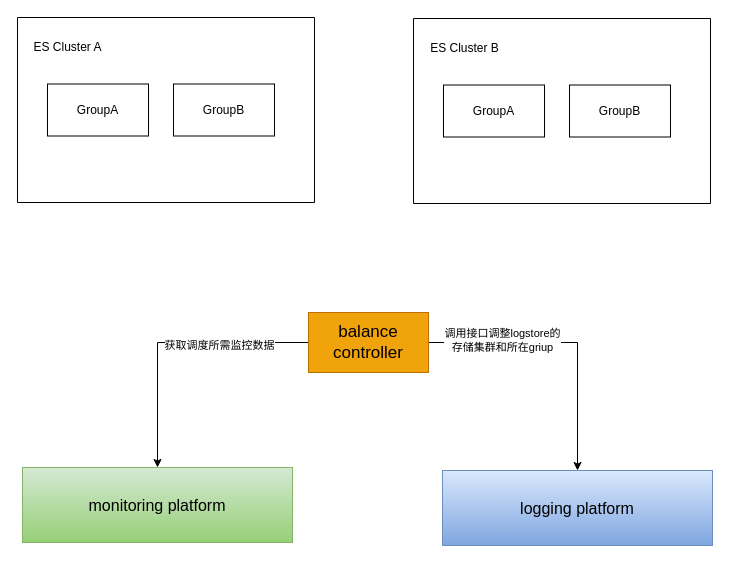
The draw.io diagram page "第 2 页" (2 of 7) of promotion.drawio in WebbingXu/draw, before the edit. Source tidied: cells renumbered, new cells numbered last; positions are measured from the earlier drawing's top-left corner, leaving out a move shared by most shapes. Both pictures are drawn from the tidied source at 100%, with x=0, y=0 at pixel (17, 17).
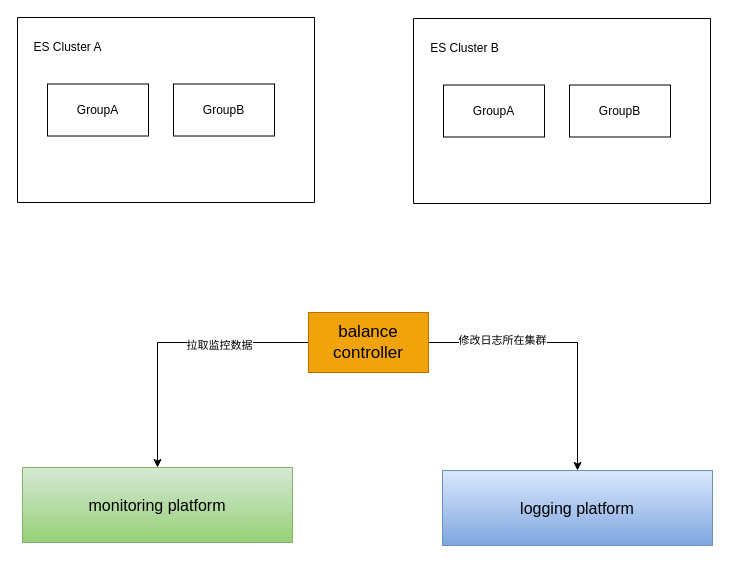
The same diagram, later.

Diff of the diagram source:
```diff
@@
 <mxGraphModel>
   <root>
     <mxCell id="0" />
     <mxCell id="1" parent="0" />
     <mxCell id="2" style="swimlane;startSize=0;" parent="1" vertex="1">
       <mxGeometry width="297" height="185" as="geometry" />
     </mxCell>
     <mxCell id="3" value="ES Cluster A" style="text;html=1;align=center;verticalAlign=middle;strokeColor=none;fillColor=none;" parent="2" vertex="1">
       <mxGeometry x="7" y="17" width="86" height="26" as="geometry" />
     </mxCell>
     <mxCell id="4" value="GroupA" style="whiteSpace=wrap;html=1;" parent="2" vertex="1">
       <mxGeometry x="30" y="66.5" width="101" height="52" as="geometry" />
     </mxCell>
     <mxCell id="5" value="GroupB" style="whiteSpace=wrap;html=1;" parent="2" vertex="1">
       <mxGeometry x="156" y="66.5" width="101" height="52" as="geometry" />
     </mxCell>
     <mxCell id="6" style="edgeStyle=orthogonalEdgeStyle;rounded=0;jettySize=auto;html=1;" parent="1" edge="1" source="10" target="15">
       <mxGeometry relative="1" as="geometry" />
     </mxCell>
-    <mxCell id="7" value="获取调度所需监控数据" style="edgeLabel;html=1;align=center;verticalAlign=middle;" parent="6" vertex="1">
+    <mxCell id="7" value="拉取监控数据" style="edgeLabel;html=1;align=center;verticalAlign=middle;" parent="6" vertex="1">
       <mxGeometry x="-0.35" y="2" relative="1" as="geometry" />
     </mxCell>
     <mxCell id="8" style="edgeStyle=orthogonalEdgeStyle;rounded=0;jettySize=auto;html=1;entryX=0.5;entryY=0;entryDx=0;entryDy=0;" parent="1" edge="1" source="10" target="16">
       <mxGeometry relative="1" as="geometry" />
     </mxCell>
-    <mxCell id="9" value="调用接口调整logstore的&lt;br&gt;存储集群和所在griup" style="edgeLabel;html=1;align=center;verticalAlign=middle;" parent="8" vertex="1">
+    <mxCell id="9" value="修改日志所在集群" style="edgeLabel;html=1;align=center;verticalAlign=middle;" parent="8" vertex="1">
       <mxGeometry x="-0.47" y="3" relative="1" as="geometry" />
     </mxCell>
     <mxCell id="10" value="&lt;font style=&quot;font-size: 17px;&quot;&gt;balance&lt;br&gt;controller&lt;br&gt;&lt;/font&gt;" style="rounded=0;whiteSpace=wrap;html=1;fillColor=#f0a30a;fontColor=#000000;strokeColor=#BD7000;" parent="1" vertex="1">
       <mxGeometry x="291" y="295" width="120" height="60" as="geometry" />
     </mxCell>
     <mxCell id="11" style="swimlane;startSize=0;" parent="1" vertex="1">
       <mxGeometry x="396" y="1" width="297" height="185" as="geometry" />
     </mxCell>
     <mxCell id="12" value="ES Cluster B" style="text;html=1;align=center;verticalAlign=middle;strokeColor=none;fillColor=none;" parent="11" vertex="1">
       <mxGeometry x="7" y="17" width="87" height="26" as="geometry" />
     </mxCell>
     <mxCell id="13" value="GroupA" style="whiteSpace=wrap;html=1;" parent="11" vertex="1">
       <mxGeometry x="30" y="66.5" width="101" height="52" as="geometry" />
     </mxCell>
     <mxCell id="14" value="GroupB" style="whiteSpace=wrap;html=1;" parent="11" vertex="1">
       <mxGeometry x="156" y="66.5" width="101" height="52" as="geometry" />
     </mxCell>
     <mxCell id="15" value="&lt;font style=&quot;font-size: 16px;&quot;&gt;monitoring platform&lt;/font&gt;" style="rounded=0;whiteSpace=wrap;html=1;fillColor=#d5e8d4;strokeColor=#82b366;gradientColor=#97d077;" parent="1" vertex="1">
       <mxGeometry x="5" y="450" width="270" height="75" as="geometry" />
     </mxCell>
     <mxCell id="16" value="&lt;font style=&quot;font-size: 16px;&quot;&gt;logging platform&lt;/font&gt;" style="rounded=0;whiteSpace=wrap;html=1;fillColor=#dae8fc;strokeColor=#6c8ebf;gradientColor=#7ea6e0;" parent="1" vertex="1">
       <mxGeometry x="425" y="453" width="270" height="75" as="geometry" />
     </mxCell>
   </root>
 </mxGraphModel>
```
